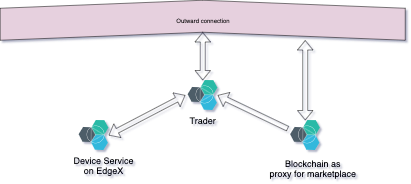
The draw.io diagram docs/images/powerflow-services.png in anuragjha/powerflow, before a commit. Source tidied: cells renumbered, new cells last; positions are measured from the earlier drawing's top-left corner, leaving out a move shared by most shapes. Its diagram source:
```xml
<mxGraphModel>
  <root>
    <mxCell id="0" />
    <mxCell id="1" parent="0" />
    <mxCell id="2" style="perimeter=ellipsePerimeter;html=1;align=center;shadow=0;dashed=0;fontColor=#4277BB;labelBackgroundColor=#ffffff;fontSize=12;spacingTop=3;image;image=img/lib/ibm/miscellaneous/microservices_application.svg;" parent="1" vertex="1">
      <mxGeometry x="375" y="160" width="60" height="60" as="geometry" />
    </mxCell>
    <mxCell id="3" style="perimeter=ellipsePerimeter;html=1;align=center;shadow=0;dashed=0;fontColor=#4277BB;labelBackgroundColor=#ffffff;fontSize=12;spacingTop=3;image;image=img/lib/ibm/miscellaneous/microservices_application.svg;" parent="1" vertex="1">
      <mxGeometry x="157" y="240" width="60" height="60" as="geometry" />
    </mxCell>
    <mxCell id="4" style="perimeter=ellipsePerimeter;html=1;align=center;shadow=0;dashed=0;fontColor=#4277BB;labelBackgroundColor=#ffffff;fontSize=12;spacingTop=3;image;image=img/lib/ibm/miscellaneous/microservices_application.svg;" parent="1" vertex="1">
      <mxGeometry x="580" y="240" width="60" height="60" as="geometry" />
    </mxCell>
    <mxCell id="5" value="&lt;font style=&quot;font-size: 18px&quot;&gt;Trader&lt;/font&gt;" style="text;html=1;align=center;verticalAlign=middle;" parent="1" vertex="1">
      <mxGeometry x="370" y="230" width="70" height="20" as="geometry" />
    </mxCell>
    <mxCell id="6" value="&lt;font style=&quot;font-size: 18px&quot;&gt;Device Service&lt;br&gt;on EdgeX&lt;/font&gt;" style="text;html=1;align=center;verticalAlign=middle;" parent="1" vertex="1">
      <mxGeometry x="137" y="310" width="140" height="40" as="geometry" />
    </mxCell>
    <mxCell id="7" value="&lt;font style=&quot;font-size: 18px&quot;&gt;Blockchain as&lt;br&gt;proxy for marketplace&lt;/font&gt;" style="text;html=1;align=center;verticalAlign=middle;" parent="1" vertex="1">
      <mxGeometry x="530" y="316" width="190" height="40" as="geometry" />
    </mxCell>
    <mxCell id="8" value="Outward connection" style="html=1;outlineConnect=0;whiteSpace=wrap;fillColor=#E6D0DE;shape=mxgraph.archimate3.function;" parent="1" vertex="1">
      <mxGeometry width="810" height="80" as="geometry" />
    </mxCell>
    <mxCell id="9" style="shape=flexArrow;endArrow=classic;startArrow=classic;html=1;entryX=0.5;entryY=0.8;entryDx=0;entryDy=0;entryPerimeter=0;" parent="1" edge="1" source="2" target="8">
      <mxGeometry relative="1" as="geometry" />
    </mxCell>
    <mxCell id="10" style="shape=flexArrow;endArrow=classic;startArrow=classic;html=1;exitX=0.5;exitY=0;exitDx=0;exitDy=0;" parent="1" edge="1" source="4">
      <mxGeometry relative="1" as="geometry">
        <mxPoint x="610" y="80" as="targetPoint" />
      </mxGeometry>
    </mxCell>
    <mxCell id="11" style="shape=flexArrow;endArrow=classic;startArrow=classic;html=1;exitX=1;exitY=0.5;exitDx=0;exitDy=0;" parent="1" edge="1" source="3">
      <mxGeometry relative="1" as="geometry">
        <mxPoint x="370" y="190" as="targetPoint" />
      </mxGeometry>
    </mxCell>
    <mxCell id="12" style="shape=flexArrow;endArrow=classic;html=1;entryX=1;entryY=0.5;entryDx=0;entryDy=0;exitX=-0.083;exitY=0.283;exitDx=0;exitDy=0;exitPerimeter=0;" parent="1" edge="1" source="4" target="2">
      <mxGeometry relative="1" as="geometry" />
    </mxCell>
  </root>
</mxGraphModel>
```
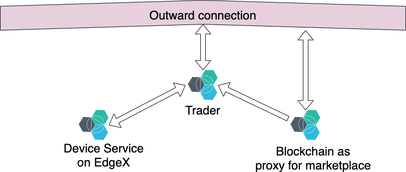
Above is the later version.

What changed in the source:
```diff
@@ -11,17 +11,17 @@
     <mxCell id="4" style="perimeter=ellipsePerimeter;html=1;align=center;shadow=0;dashed=0;fontColor=#4277BB;labelBackgroundColor=#ffffff;fontSize=12;spacingTop=3;image;image=img/lib/ibm/miscellaneous/microservices_application.svg;" parent="1" vertex="1">
       <mxGeometry x="580" y="240" width="60" height="60" as="geometry" />
     </mxCell>
-    <mxCell id="5" value="&lt;font style=&quot;font-size: 18px&quot;&gt;Trader&lt;/font&gt;" style="text;html=1;align=center;verticalAlign=middle;" parent="1" vertex="1">
-      <mxGeometry x="370" y="230" width="70" height="20" as="geometry" />
+    <mxCell id="5" value="&lt;font style=&quot;font-size: 24px&quot;&gt;Trader&lt;/font&gt;" style="text;html=1;align=center;verticalAlign=middle;" parent="1" vertex="1">
+      <mxGeometry x="360" y="230" width="90" height="20" as="geometry" />
     </mxCell>
-    <mxCell id="6" value="&lt;font style=&quot;font-size: 18px&quot;&gt;Device Service&lt;br&gt;on EdgeX&lt;/font&gt;" style="text;html=1;align=center;verticalAlign=middle;" parent="1" vertex="1">
-      <mxGeometry x="137" y="310" width="140" height="40" as="geometry" />
+    <mxCell id="6" value="&lt;font style=&quot;font-size: 24px&quot;&gt;Device Service&lt;br&gt;on EdgeX&lt;/font&gt;" style="text;html=1;align=center;verticalAlign=middle;" parent="1" vertex="1">
+      <mxGeometry x="117" y="310" width="180" height="40" as="geometry" />
     </mxCell>
-    <mxCell id="7" value="&lt;font style=&quot;font-size: 18px&quot;&gt;Blockchain as&lt;br&gt;proxy for marketplace&lt;/font&gt;" style="text;html=1;align=center;verticalAlign=middle;" parent="1" vertex="1">
-      <mxGeometry x="530" y="316" width="190" height="40" as="geometry" />
+    <mxCell id="7" value="&lt;font style=&quot;font-size: 24px&quot;&gt;Blockchain as&lt;br&gt;proxy for marketplace&lt;/font&gt;" style="text;html=1;align=center;verticalAlign=middle;" parent="1" vertex="1">
+      <mxGeometry x="500" y="316" width="250" height="40" as="geometry" />
     </mxCell>
-    <mxCell id="8" value="Outward connection" style="html=1;outlineConnect=0;whiteSpace=wrap;fillColor=#E6D0DE;shape=mxgraph.archimate3.function;" parent="1" vertex="1">
-      <mxGeometry width="810" height="80" as="geometry" />
+    <mxCell id="8" value="&lt;font style=&quot;font-size: 24px&quot;&gt;Outward connection&lt;/font&gt;" style="html=1;outlineConnect=0;whiteSpace=wrap;fillColor=#E6D0DE;shape=mxgraph.archimate3.function;" parent="1" vertex="1">
+      <mxGeometry y="20" width="810" height="60" as="geometry" />
     </mxCell>
     <mxCell id="9" style="shape=flexArrow;endArrow=classic;startArrow=classic;html=1;entryX=0.5;entryY=0.8;entryDx=0;entryDy=0;entryPerimeter=0;" parent="1" edge="1" source="2" target="8">
       <mxGeometry relative="1" as="geometry" />
```
